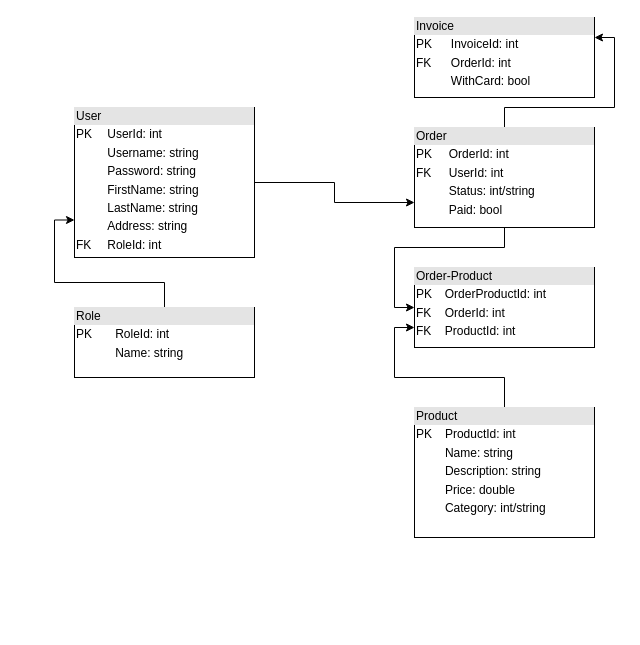
Before: g2/Planning/Lamazon_Entities.drawio in sedc-codecademy/sedc7-11-1-practical-aspnetmvc, a draw.io diagram. Source tidied: cells renumbered, new cells numbered last; positions are measured from the earlier drawing's top-left corner, leaving out a move shared by most shapes. Both pictures are drawn from the tidied source at 100%, with x=0, y=0 at pixel (74, 17).
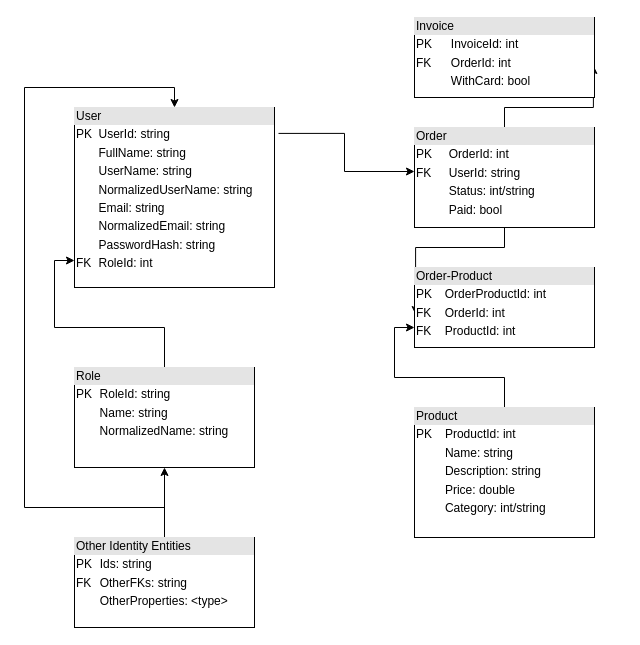
The same page after the edit.

Commit message (it also covers changes not shown here):
Add Lamazon Component Diagram

What changed in the source:
```diff
@@
 <mxGraphModel>
   <root>
     <mxCell id="0" />
     <mxCell id="1" parent="0" />
-    <mxCell id="2" style="edgeStyle=orthogonalEdgeStyle;rounded=0;jettySize=auto;html=1;entryX=0;entryY=0.75;entryDx=0;entryDy=0;" parent="1" edge="1" source="3" target="8">
+    <mxCell id="2" style="edgeStyle=orthogonalEdgeStyle;rounded=0;jettySize=auto;html=1;entryX=0;entryY=0.44;entryDx=0;entryDy=0;entryPerimeter=0;exitX=1.02;exitY=0.144;exitDx=0;exitDy=0;exitPerimeter=0;" parent="1" edge="1" source="3" target="8">
       <mxGeometry relative="1" as="geometry" />
     </mxCell>
-    <mxCell id="3" value="&lt;div style=&quot;box-sizing: border-box ; width: 100% ; background: #e4e4e4 ; padding: 2px&quot;&gt;User&lt;/div&gt;&lt;table style=&quot;width: 100% ; font-size: 1em&quot; cellpadding=&quot;2&quot; cellspacing=&quot;0&quot;&gt;&lt;tbody&gt;&lt;tr&gt;&lt;td&gt;PK&lt;/td&gt;&lt;td&gt;UserId: int&lt;/td&gt;&lt;/tr&gt;&lt;tr&gt;&lt;td&gt;&lt;br&gt;&lt;/td&gt;&lt;td&gt;Username: string&lt;/td&gt;&lt;/tr&gt;&lt;tr&gt;&lt;td&gt;&lt;br&gt;&lt;/td&gt;&lt;td&gt;Password: string&lt;/td&gt;&lt;/tr&gt;&lt;tr&gt;&lt;td&gt;&lt;br&gt;&lt;/td&gt;&lt;td&gt;FirstName: string&lt;/td&gt;&lt;/tr&gt;&lt;tr&gt;&lt;td&gt;&lt;br&gt;&lt;/td&gt;&lt;td&gt;LastName: string&lt;/td&gt;&lt;/tr&gt;&lt;tr&gt;&lt;td&gt;&lt;br&gt;&lt;/td&gt;&lt;td&gt;Address: string&lt;/td&gt;&lt;/tr&gt;&lt;tr&gt;&lt;td&gt;FK&lt;/td&gt;&lt;td&gt;RoleId: int&lt;/td&gt;&lt;/tr&gt;&lt;/tbody&gt;&lt;/table&gt;" style="verticalAlign=top;align=left;overflow=fill;html=1;" parent="1" vertex="1">
-      <mxGeometry y="90" width="180" height="150" as="geometry" />
+    <mxCell id="3" value="&lt;div style=&quot;box-sizing: border-box ; width: 100% ; background: #e4e4e4 ; padding: 2px&quot;&gt;User&lt;/div&gt;&lt;table style=&quot;width: 100% ; font-size: 1em&quot; cellpadding=&quot;2&quot; cellspacing=&quot;0&quot;&gt;&lt;tbody&gt;&lt;tr&gt;&lt;td&gt;PK&lt;/td&gt;&lt;td&gt;UserId: string&lt;/td&gt;&lt;/tr&gt;&lt;tr&gt;&lt;td&gt;&lt;br&gt;&lt;/td&gt;&lt;td&gt;FullName: string&lt;/td&gt;&lt;/tr&gt;&lt;tr&gt;&lt;td&gt;&lt;br&gt;&lt;/td&gt;&lt;td&gt;UserName: string&lt;/td&gt;&lt;/tr&gt;&lt;tr&gt;&lt;td&gt;&lt;br&gt;&lt;/td&gt;&lt;td&gt;NormalizedUserName: string&lt;/td&gt;&lt;/tr&gt;&lt;tr&gt;&lt;td&gt;&lt;br&gt;&lt;/td&gt;&lt;td&gt;Email: string&lt;/td&gt;&lt;/tr&gt;&lt;tr&gt;&lt;td&gt;&lt;br&gt;&lt;/td&gt;&lt;td&gt;NormalizedEmail: string&lt;/td&gt;&lt;/tr&gt;&lt;tr&gt;&lt;td&gt;&lt;br&gt;&lt;/td&gt;&lt;td&gt;PasswordHash: string&lt;/td&gt;&lt;/tr&gt;&lt;tr&gt;&lt;td&gt;FK&lt;/td&gt;&lt;td&gt;RoleId: int&lt;/td&gt;&lt;/tr&gt;&lt;/tbody&gt;&lt;/table&gt;" style="verticalAlign=top;align=left;overflow=fill;html=1;" parent="1" vertex="1">
+      <mxGeometry y="90" width="200" height="180" as="geometry" />
     </mxCell>
     <mxCell id="4" style="edgeStyle=orthogonalEdgeStyle;rounded=0;jettySize=auto;html=1;entryX=0;entryY=0.75;entryDx=0;entryDy=0;" parent="1" edge="1" source="5" target="10">
       <mxGeometry relative="1" as="geometry" />
     </mxCell>
     <mxCell id="5" value="&lt;div style=&quot;box-sizing: border-box ; width: 100% ; background: #e4e4e4 ; padding: 2px&quot;&gt;Product&lt;/div&gt;&lt;table style=&quot;width: 100% ; font-size: 1em&quot; cellpadding=&quot;2&quot; cellspacing=&quot;0&quot;&gt;&lt;tbody&gt;&lt;tr&gt;&lt;td&gt;PK&lt;/td&gt;&lt;td&gt;ProductId: int&lt;/td&gt;&lt;/tr&gt;&lt;tr&gt;&lt;td&gt;&lt;br&gt;&lt;/td&gt;&lt;td&gt;Name: string&lt;/td&gt;&lt;/tr&gt;&lt;tr&gt;&lt;td&gt;&lt;/td&gt;&lt;td&gt;Description: string&lt;/td&gt;&lt;/tr&gt;&lt;tr&gt;&lt;td&gt;&lt;br&gt;&lt;/td&gt;&lt;td&gt;Price: double&lt;/td&gt;&lt;/tr&gt;&lt;tr&gt;&lt;td&gt;&lt;br&gt;&lt;/td&gt;&lt;td&gt;Category: int/string&lt;/td&gt;&lt;/tr&gt;&lt;/tbody&gt;&lt;/table&gt;" style="verticalAlign=top;align=left;overflow=fill;html=1;" parent="1" vertex="1">
       <mxGeometry x="340" y="390" width="180" height="130" as="geometry" />
     </mxCell>
-    <mxCell id="6" style="edgeStyle=orthogonalEdgeStyle;rounded=0;jettySize=auto;html=1;entryX=0;entryY=0.5;entryDx=0;entryDy=0;" parent="1" edge="1" source="8" target="10">
+    <mxCell id="6" style="edgeStyle=orthogonalEdgeStyle;rounded=0;jettySize=auto;html=1;entryX=0.006;entryY=0.588;entryDx=0;entryDy=0;entryPerimeter=0;" parent="1" edge="1" source="8" target="10">
       <mxGeometry relative="1" as="geometry" />
     </mxCell>
-    <mxCell id="7" style="edgeStyle=orthogonalEdgeStyle;rounded=0;jettySize=auto;html=1;entryX=1;entryY=0.25;entryDx=0;entryDy=0;" parent="1" edge="1" source="8" target="9">
+    <mxCell id="7" style="edgeStyle=orthogonalEdgeStyle;rounded=0;jettySize=auto;html=1;entryX=0.994;entryY=0.6;entryDx=0;entryDy=0;entryPerimeter=0;" parent="1" edge="1" source="8" target="9">
       <mxGeometry relative="1" as="geometry" />
     </mxCell>
-    <mxCell id="8" value="&lt;div style=&quot;box-sizing: border-box ; width: 100% ; background: #e4e4e4 ; padding: 2px&quot;&gt;Order&lt;/div&gt;&lt;table style=&quot;width: 100% ; font-size: 1em&quot; cellpadding=&quot;2&quot; cellspacing=&quot;0&quot;&gt;&lt;tbody&gt;&lt;tr&gt;&lt;td&gt;PK&lt;/td&gt;&lt;td&gt;OrderId: int&lt;/td&gt;&lt;/tr&gt;&lt;tr&gt;&lt;td&gt;FK&lt;/td&gt;&lt;td&gt;UserId: int&lt;/td&gt;&lt;/tr&gt;&lt;tr&gt;&lt;td&gt;&lt;br&gt;&lt;/td&gt;&lt;td&gt;Status: int/string&lt;/td&gt;&lt;/tr&gt;&lt;tr&gt;&lt;td&gt;&lt;br&gt;&lt;/td&gt;&lt;td&gt;Paid: bool&lt;/td&gt;&lt;/tr&gt;&lt;/tbody&gt;&lt;/table&gt;" style="verticalAlign=top;align=left;overflow=fill;html=1;" parent="1" vertex="1">
+    <mxCell id="8" value="&lt;div style=&quot;box-sizing: border-box ; width: 100% ; background: #e4e4e4 ; padding: 2px&quot;&gt;Order&lt;/div&gt;&lt;table style=&quot;width: 100% ; font-size: 1em&quot; cellpadding=&quot;2&quot; cellspacing=&quot;0&quot;&gt;&lt;tbody&gt;&lt;tr&gt;&lt;td&gt;PK&lt;/td&gt;&lt;td&gt;OrderId: int&lt;/td&gt;&lt;/tr&gt;&lt;tr&gt;&lt;td&gt;FK&lt;/td&gt;&lt;td&gt;UserId: string&lt;/td&gt;&lt;/tr&gt;&lt;tr&gt;&lt;td&gt;&lt;br&gt;&lt;/td&gt;&lt;td&gt;Status: int/string&lt;/td&gt;&lt;/tr&gt;&lt;tr&gt;&lt;td&gt;&lt;br&gt;&lt;/td&gt;&lt;td&gt;Paid: bool&lt;/td&gt;&lt;/tr&gt;&lt;/tbody&gt;&lt;/table&gt;" style="verticalAlign=top;align=left;overflow=fill;html=1;" parent="1" vertex="1">
       <mxGeometry x="340" y="110" width="180" height="100" as="geometry" />
     </mxCell>
     <mxCell id="9" value="&lt;div style=&quot;box-sizing: border-box ; width: 100% ; background: #e4e4e4 ; padding: 2px&quot;&gt;Invoice&lt;/div&gt;&lt;table style=&quot;width: 100% ; font-size: 1em&quot; cellpadding=&quot;2&quot; cellspacing=&quot;0&quot;&gt;&lt;tbody&gt;&lt;tr&gt;&lt;td&gt;PK&lt;/td&gt;&lt;td&gt;InvoiceId: int&lt;/td&gt;&lt;/tr&gt;&lt;tr&gt;&lt;td&gt;FK&lt;/td&gt;&lt;td&gt;OrderId: int&lt;/td&gt;&lt;/tr&gt;&lt;tr&gt;&lt;td&gt;&lt;br&gt;&lt;/td&gt;&lt;td&gt;WithCard: bool&lt;/td&gt;&lt;/tr&gt;&lt;/tbody&gt;&lt;/table&gt;" style="verticalAlign=top;align=left;overflow=fill;html=1;" parent="1" vertex="1">
       <mxGeometry x="340" width="180" height="80" as="geometry" />
     </mxCell>
     <mxCell id="10" value="&lt;div style=&quot;box-sizing: border-box ; width: 100% ; background: #e4e4e4 ; padding: 2px&quot;&gt;Order-Product&lt;/div&gt;&lt;table style=&quot;width: 100% ; font-size: 1em&quot; cellpadding=&quot;2&quot; cellspacing=&quot;0&quot;&gt;&lt;tbody&gt;&lt;tr&gt;&lt;td&gt;PK&lt;/td&gt;&lt;td&gt;OrderProductId: int&lt;/td&gt;&lt;/tr&gt;&lt;tr&gt;&lt;td&gt;FK&lt;/td&gt;&lt;td&gt;OrderId: int&lt;/td&gt;&lt;/tr&gt;&lt;tr&gt;&lt;td&gt;FK&lt;/td&gt;&lt;td&gt;ProductId: int&lt;/td&gt;&lt;/tr&gt;&lt;/tbody&gt;&lt;/table&gt;" style="verticalAlign=top;align=left;overflow=fill;html=1;" parent="1" vertex="1">
       <mxGeometry x="340" y="250" width="180" height="80" as="geometry" />
     </mxCell>
-    <mxCell id="11" style="edgeStyle=orthogonalEdgeStyle;rounded=0;jettySize=auto;html=1;entryX=0;entryY=0.75;entryDx=0;entryDy=0;" parent="1" edge="1" source="12" target="3">
+    <mxCell id="11" style="edgeStyle=orthogonalEdgeStyle;rounded=0;jettySize=auto;html=1;entryX=0;entryY=0.85;entryDx=0;entryDy=0;entryPerimeter=0;" parent="1" edge="1" source="12" target="3">
       <mxGeometry relative="1" as="geometry" />
     </mxCell>
-    <mxCell id="12" value="&lt;div style=&quot;box-sizing: border-box ; width: 100% ; background: #e4e4e4 ; padding: 2px&quot;&gt;Role&lt;/div&gt;&lt;table style=&quot;width: 100% ; font-size: 1em&quot; cellpadding=&quot;2&quot; cellspacing=&quot;0&quot;&gt;&lt;tbody&gt;&lt;tr&gt;&lt;td&gt;PK&lt;/td&gt;&lt;td&gt;RoleId: int&lt;/td&gt;&lt;/tr&gt;&lt;tr&gt;&lt;td&gt;&lt;br&gt;&lt;/td&gt;&lt;td&gt;Name: string&lt;/td&gt;&lt;/tr&gt;&lt;/tbody&gt;&lt;/table&gt;" style="verticalAlign=top;align=left;overflow=fill;html=1;" parent="1" vertex="1">
-      <mxGeometry y="290" width="180" height="70" as="geometry" />
+    <mxCell id="12" value="&lt;div style=&quot;box-sizing: border-box ; width: 100% ; background: #e4e4e4 ; padding: 2px&quot;&gt;Role&lt;/div&gt;&lt;table style=&quot;width: 100% ; font-size: 1em&quot; cellpadding=&quot;2&quot; cellspacing=&quot;0&quot;&gt;&lt;tbody&gt;&lt;tr&gt;&lt;td&gt;PK&lt;/td&gt;&lt;td&gt;RoleId: string&lt;/td&gt;&lt;/tr&gt;&lt;tr&gt;&lt;td&gt;&lt;br&gt;&lt;/td&gt;&lt;td&gt;Name: string&lt;/td&gt;&lt;/tr&gt;&lt;tr&gt;&lt;td&gt;&lt;br&gt;&lt;/td&gt;&lt;td&gt;NormalizedName: string&lt;/td&gt;&lt;/tr&gt;&lt;/tbody&gt;&lt;/table&gt;" style="verticalAlign=top;align=left;overflow=fill;html=1;" parent="1" vertex="1">
+      <mxGeometry y="350" width="180" height="100" as="geometry" />
     </mxCell>
+    <mxCell id="13" style="edgeStyle=orthogonalEdgeStyle;rounded=0;jettySize=auto;html=1;entryX=0.5;entryY=1;entryDx=0;entryDy=0;" parent="1" edge="1" source="15" target="12">
+      <mxGeometry relative="1" as="geometry" />
+    </mxCell>
+    <mxCell id="14" style="edgeStyle=orthogonalEdgeStyle;rounded=0;jettySize=auto;html=1;entryX=0.5;entryY=0;entryDx=0;entryDy=0;" parent="1" edge="1" source="15" target="3">
+      <mxGeometry relative="1" as="geometry">
+        <Array as="points">
+          <mxPoint x="90" y="490" />
+          <mxPoint x="-50" y="490" />
+          <mxPoint x="-50" y="70" />
+          <mxPoint x="100" y="70" />
+        </Array>
+      </mxGeometry>
+    </mxCell>
+    <mxCell id="15" value="&lt;div style=&quot;box-sizing: border-box ; width: 100% ; background: #e4e4e4 ; padding: 2px&quot;&gt;Other Identity Entities&lt;/div&gt;&lt;table style=&quot;width: 100% ; font-size: 1em&quot; cellpadding=&quot;2&quot; cellspacing=&quot;0&quot;&gt;&lt;tbody&gt;&lt;tr&gt;&lt;td&gt;PK&lt;/td&gt;&lt;td&gt;Ids: string&lt;/td&gt;&lt;/tr&gt;&lt;tr&gt;&lt;td&gt;FK&lt;/td&gt;&lt;td&gt;OtherFKs: string&lt;/td&gt;&lt;/tr&gt;&lt;tr&gt;&lt;td&gt;&lt;/td&gt;&lt;td&gt;OtherProperties: &amp;lt;type&amp;gt;&lt;/td&gt;&lt;/tr&gt;&lt;/tbody&gt;&lt;/table&gt;" style="verticalAlign=top;align=left;overflow=fill;html=1;" parent="1" vertex="1">
+      <mxGeometry y="520" width="180" height="90" as="geometry" />
+    </mxCell>
   </root>
 </mxGraphModel>
```
